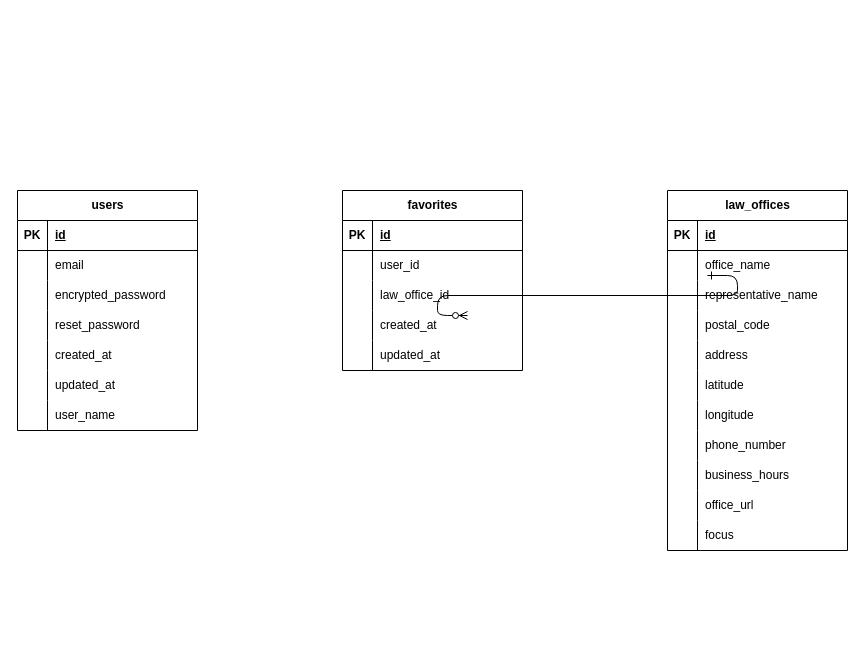
Earlier version of the draw.io diagram law_office_search_ER.drawio (kawakami1995/law_office_search). Source tidied: cells renumbered, new cells numbered last; positions are measured from the earlier drawing's top-left corner, leaving out a move shared by most shapes. Both pictures are drawn from the tidied source at 100%, with x=0, y=0 at pixel (17, 190).
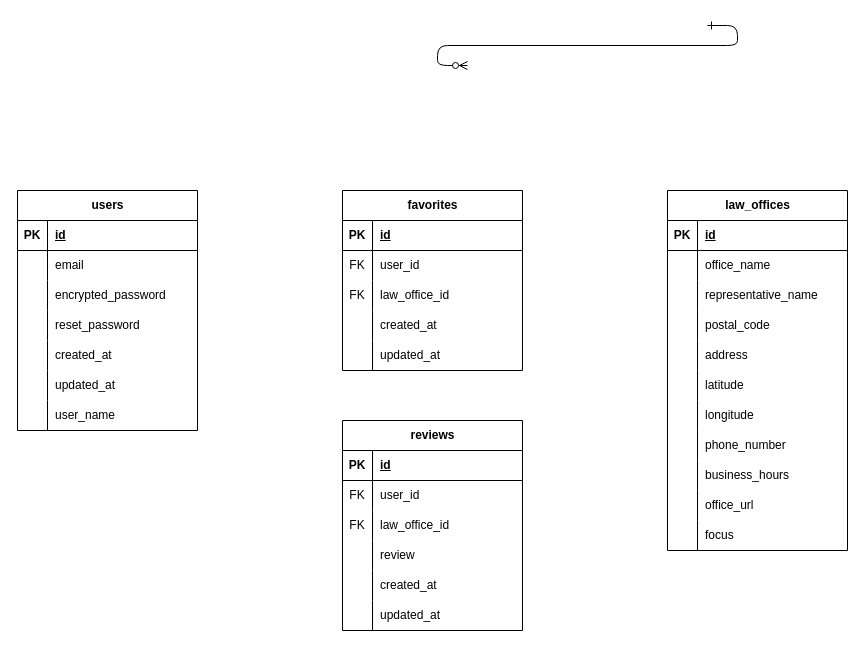
After the change.

Commit message:
law_office_search_ER.drawio を更新します

Unchanged cells that the change refers to:
```xml
<mxCell id="63" style="shape=tableRow;horizontal=0;startSize=0;swimlaneHead=0;swimlaneBody=0;fillColor=none;top=0;left=0;right=0;bottom=0;" parent="59" vertex="1">
  <mxGeometry y="60" width="180" height="30" as="geometry" />
</mxCell>
<mxCell id="66" style="shape=tableRow;horizontal=0;startSize=0;swimlaneHead=0;swimlaneBody=0;fillColor=none;top=0;left=0;right=0;bottom=0;" parent="59" vertex="1">
  <mxGeometry y="90" width="180" height="30" as="geometry" />
</mxCell>
```

What changed in the source:
```diff
@@
     <mxCell id="2" style="edgeStyle=entityRelationEdgeStyle;endArrow=ERzeroToMany;startArrow=ERone;endFill=1;startFill=0;" parent="1" edge="1">
       <mxGeometry relative="1" as="geometry">
-        <mxPoint x="690" y="85" as="sourcePoint" />
-        <mxPoint x="450" y="125" as="targetPoint" />
+        <mxPoint x="690" y="-165" as="sourcePoint" />
+        <mxPoint x="450" y="-125" as="targetPoint" />
       </mxGeometry>
     </mxCell>
@@
-    <mxCell id="64" style="shape=partialRectangle;fillColor=none;top=0;left=0;bottom=0;right=0;overflow=hidden;whiteSpace=wrap;html=1;" parent="63" vertex="1">
+    <mxCell id="64" value="FK" style="shape=partialRectangle;fillColor=none;top=0;left=0;bottom=0;right=0;overflow=hidden;whiteSpace=wrap;html=1;" parent="63" vertex="1">
       <mxGeometry width="30" height="30" as="geometry" />
     </mxCell>
@@
-    <mxCell id="67" style="shape=partialRectangle;fillColor=none;top=0;left=0;bottom=0;right=0;overflow=hidden;whiteSpace=wrap;html=1;" parent="66" vertex="1">
+    <mxCell id="67" value="FK" style="shape=partialRectangle;fillColor=none;top=0;left=0;bottom=0;right=0;overflow=hidden;whiteSpace=wrap;html=1;" parent="66" vertex="1">
       <mxGeometry width="30" height="30" as="geometry" />
     </mxCell>
@@
+    <mxCell id="75" value="reviews" style="shape=table;startSize=30;childLayout=tableLayout;rowLines=0;fontStyle=1;align=center;html=1;" parent="1" vertex="1">
+      <mxGeometry x="325" y="230" width="180" height="210" as="geometry" />
+    </mxCell>
+    <mxCell id="76" style="shape=tableRow;horizontal=0;startSize=0;swimlaneHead=0;swimlaneBody=0;fillColor=none;top=0;left=0;right=0;bottom=1;" parent="75" vertex="1">
+      <mxGeometry y="30" width="180" height="30" as="geometry" />
+    </mxCell>
+    <mxCell id="77" value="PK" style="shape=partialRectangle;fillColor=none;top=0;left=0;bottom=0;right=0;fontStyle=1;overflow=hidden;whiteSpace=wrap;html=1;" parent="76" vertex="1">
+      <mxGeometry width="30" height="30" as="geometry" />
+    </mxCell>
+    <mxCell id="78" value="id" style="shape=partialRectangle;fillColor=none;top=0;left=0;bottom=0;right=0;align=left;spacingLeft=6;fontStyle=5;overflow=hidden;whiteSpace=wrap;html=1;" parent="76" vertex="1">
+      <mxGeometry x="30" width="150" height="30" as="geometry" />
+    </mxCell>
+    <mxCell id="79" style="shape=tableRow;horizontal=0;startSize=0;swimlaneHead=0;swimlaneBody=0;fillColor=none;top=0;left=0;right=0;bottom=0;" parent="75" vertex="1">
+      <mxGeometry y="60" width="180" height="30" as="geometry" />
+    </mxCell>
+    <mxCell id="80" value="FK" style="shape=partialRectangle;fillColor=none;top=0;left=0;bottom=0;right=0;overflow=hidden;whiteSpace=wrap;html=1;" parent="79" vertex="1">
+      <mxGeometry width="30" height="30" as="geometry" />
+    </mxCell>
+    <mxCell id="81" value="user_id" style="shape=partialRectangle;fillColor=none;top=0;left=0;bottom=0;right=0;align=left;spacingLeft=6;overflow=hidden;whiteSpace=wrap;html=1;" parent="79" vertex="1">
+      <mxGeometry x="30" width="150" height="30" as="geometry" />
+    </mxCell>
+    <mxCell id="82" style="shape=tableRow;horizontal=0;startSize=0;swimlaneHead=0;swimlaneBody=0;fillColor=none;top=0;left=0;right=0;bottom=0;" parent="75" vertex="1">
+      <mxGeometry y="90" width="180" height="30" as="geometry" />
+    </mxCell>
+    <mxCell id="83" value="FK" style="shape=partialRectangle;fillColor=none;top=0;left=0;bottom=0;right=0;overflow=hidden;whiteSpace=wrap;html=1;" parent="82" vertex="1">
+      <mxGeometry width="30" height="30" as="geometry" />
+    </mxCell>
+    <mxCell id="84" value="law_office_id" style="shape=partialRectangle;fillColor=none;top=0;left=0;bottom=0;right=0;align=left;spacingLeft=6;overflow=hidden;whiteSpace=wrap;html=1;" parent="82" vertex="1">
+      <mxGeometry x="30" width="150" height="30" as="geometry" />
+    </mxCell>
+    <mxCell id="85" style="shape=tableRow;horizontal=0;startSize=0;swimlaneHead=0;swimlaneBody=0;fillColor=none;top=0;left=0;right=0;bottom=0;" parent="75" vertex="1">
+      <mxGeometry y="120" width="180" height="30" as="geometry" />
+    </mxCell>
+    <mxCell id="86" style="shape=partialRectangle;fillColor=none;top=0;left=0;bottom=0;right=0;overflow=hidden;whiteSpace=wrap;html=1;" parent="85" vertex="1">
+      <mxGeometry width="30" height="30" as="geometry" />
+    </mxCell>
+    <mxCell id="87" value="review" style="shape=partialRectangle;fillColor=none;top=0;left=0;bottom=0;right=0;align=left;spacingLeft=6;overflow=hidden;whiteSpace=wrap;html=1;" parent="85" vertex="1">
+      <mxGeometry x="30" width="150" height="30" as="geometry" />
+    </mxCell>
+    <mxCell id="88" style="shape=tableRow;horizontal=0;startSize=0;swimlaneHead=0;swimlaneBody=0;fillColor=none;top=0;left=0;right=0;bottom=0;" parent="75" vertex="1">
+      <mxGeometry y="150" width="180" height="30" as="geometry" />
+    </mxCell>
+    <mxCell id="89" style="shape=partialRectangle;fillColor=none;top=0;left=0;bottom=0;right=0;overflow=hidden;whiteSpace=wrap;html=1;" parent="88" vertex="1">
+      <mxGeometry width="30" height="30" as="geometry" />
+    </mxCell>
+    <mxCell id="90" value="created_at" style="shape=partialRectangle;fillColor=none;top=0;left=0;bottom=0;right=0;align=left;spacingLeft=6;overflow=hidden;whiteSpace=wrap;html=1;" parent="88" vertex="1">
+      <mxGeometry x="30" width="150" height="30" as="geometry" />
+    </mxCell>
+    <mxCell id="91" style="shape=tableRow;horizontal=0;startSize=0;swimlaneHead=0;swimlaneBody=0;fillColor=none;top=0;left=0;right=0;bottom=0;" parent="75" vertex="1">
+      <mxGeometry y="180" width="180" height="30" as="geometry" />
+    </mxCell>
+    <mxCell id="92" style="shape=partialRectangle;fillColor=none;top=0;left=0;bottom=0;right=0;overflow=hidden;whiteSpace=wrap;html=1;" parent="91" vertex="1">
+      <mxGeometry width="30" height="30" as="geometry" />
+    </mxCell>
+    <mxCell id="93" value="updated_at" style="shape=partialRectangle;fillColor=none;top=0;left=0;bottom=0;right=0;align=left;spacingLeft=6;overflow=hidden;whiteSpace=wrap;html=1;" parent="91" vertex="1">
+      <mxGeometry x="30" width="150" height="30" as="geometry" />
+    </mxCell>
```
